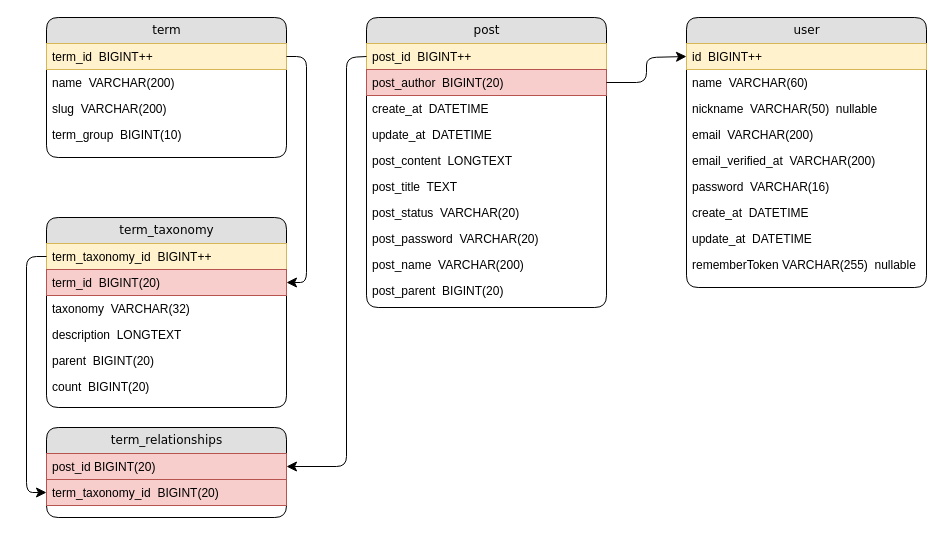
The draw.io diagram Untitled Diagram.drawio in tty128/test, before the edit. Source tidied: cells renumbered, new cells numbered last; positions are measured from the earlier drawing's top-left corner, leaving out a move shared by most shapes. Both pictures are drawn from the tidied source at 100%, with x=0, y=0 at pixel (26, 17).
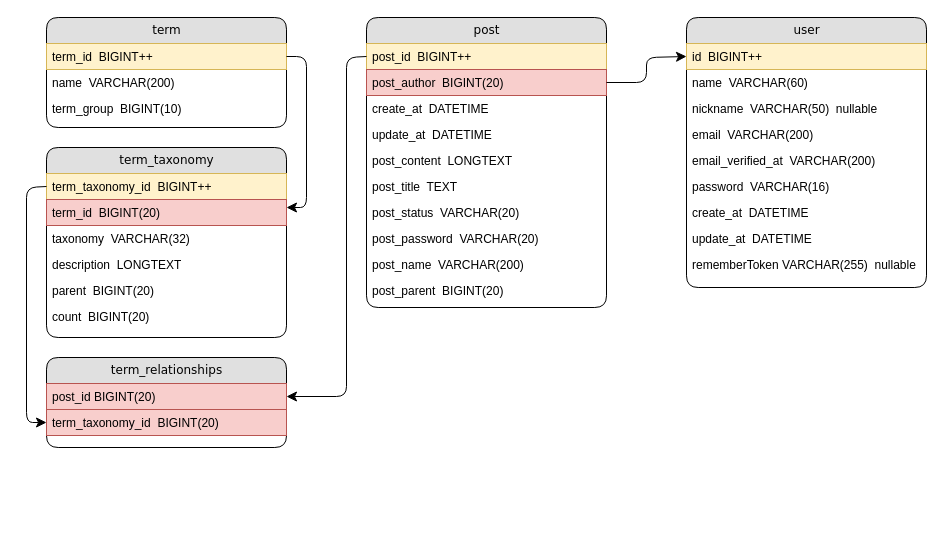
After the change.

The change refers to these unchanged cells:
```xml
<mxCell id="8" value="term_taxonomy_id&amp;nbsp; BIGINT++" style="text;html=1;strokeColor=#d6b656;fillColor=#fff2cc;spacingLeft=4;spacingRight=4;whiteSpace=wrap;overflow=hidden;points=[[0,0.5],[1,0.5]];portConstraint=eastwest;" parent="7" vertex="1">
  <mxGeometry y="26" width="240" height="26" as="geometry" />
</mxCell>
<mxCell id="15" value="post_id BIGINT(20)" style="text;html=1;strokeColor=#b85450;fillColor=#f8cecc;spacingLeft=4;spacingRight=4;whiteSpace=wrap;overflow=hidden;points=[[0,0.5],[1,0.5]];portConstraint=eastwest;" parent="14" vertex="1">
  <mxGeometry y="26" width="240" height="26" as="geometry" />
</mxCell>
<mxCell id="16" value="term_taxonomy_id&amp;nbsp; BIGINT(20)" style="text;html=1;strokeColor=#b85450;fillColor=#f8cecc;spacingLeft=4;spacingRight=4;whiteSpace=wrap;overflow=hidden;points=[[0,0.5],[1,0.5]];portConstraint=eastwest;" parent="14" vertex="1">
  <mxGeometry y="52" width="240" height="26" as="geometry" />
</mxCell>
<mxCell id="18" value="post_id&amp;nbsp; BIGINT++" style="text;html=1;strokeColor=#d6b656;fillColor=#fff2cc;spacingLeft=4;spacingRight=4;whiteSpace=wrap;overflow=hidden;points=[[0,0.5],[1,0.5]];portConstraint=eastwest;" parent="17" vertex="1">
  <mxGeometry y="26" width="240" height="26" as="geometry" />
</mxCell>
```

The edit, as a diff of the source:
```diff
@@
     <mxCell id="2" value="term" style="swimlane;html=1;fontStyle=0;horizontal=1;startSize=26;fillColor=#e0e0e0;swimlaneFillColor=#ffffff;align=center;rounded=1;shadow=0;comic=0;labelBackgroundColor=none;strokeWidth=1;fontFamily=Verdana;fontSize=12;" parent="1" vertex="1">
-      <mxGeometry x="20" width="240" height="140" as="geometry" />
+      <mxGeometry x="20" width="240" height="110" as="geometry" />
     </mxCell>
@@
-    <mxCell id="5" value="slug&amp;nbsp; VARCHAR(200)" style="text;html=1;strokeColor=none;fillColor=none;spacingLeft=4;spacingRight=4;whiteSpace=wrap;overflow=hidden;" parent="2" vertex="1">
-      <mxGeometry y="78" width="240" height="26" as="geometry" />
-    </mxCell>
     <mxCell id="6" value="term_group&amp;nbsp; BIGINT(10)" style="text;html=1;strokeColor=none;fillColor=none;spacingLeft=4;spacingRight=4;whiteSpace=wrap;overflow=hidden;" parent="2" vertex="1">
-      <mxGeometry y="104" width="240" height="26" as="geometry" />
+      <mxGeometry y="78" width="240" height="26" as="geometry" />
     </mxCell>
     <mxCell id="7" value="term_taxonomy" style="swimlane;html=1;fontStyle=0;horizontal=1;startSize=26;fillColor=#e0e0e0;swimlaneFillColor=#ffffff;align=center;rounded=1;shadow=0;comic=0;labelBackgroundColor=none;strokeWidth=1;fontFamily=Verdana;fontSize=12;" parent="1" vertex="1">
-      <mxGeometry x="20" y="200" width="240" height="190" as="geometry" />
+      <mxGeometry x="20" y="130" width="240" height="190" as="geometry" />
     </mxCell>
@@
     <mxCell id="14" value="term_relationships" style="swimlane;html=1;fontStyle=0;horizontal=1;startSize=26;fillColor=#e0e0e0;swimlaneFillColor=#ffffff;align=center;rounded=1;shadow=0;comic=0;labelBackgroundColor=none;strokeWidth=1;fontFamily=Verdana;fontSize=12;" parent="1" vertex="1">
-      <mxGeometry x="20" y="410" width="240" height="90" as="geometry" />
+      <mxGeometry x="20" y="340" width="240" height="90" as="geometry" />
     </mxCell>
@@
     <mxCell id="28" style="edgeStyle=orthogonalEdgeStyle;html=1;labelBackgroundColor=none;startFill=0;startSize=8;endFill=1;endSize=8;fontFamily=Verdana;fontSize=12;" parent="1" edge="1">
       <mxGeometry relative="1" as="geometry">
         <mxPoint x="260" y="39" as="sourcePoint" />
-        <mxPoint x="260" y="265" as="targetPoint" />
+        <mxPoint x="260" y="190" as="targetPoint" />
         <Array as="points">
           <mxPoint x="280" y="39" />
-          <mxPoint x="280" y="265" />
+          <mxPoint x="280" y="190" />
+          <mxPoint x="260" y="190" />
         </Array>
       </mxGeometry>
     </mxCell>
@@
-    <mxCell id="40" style="edgeStyle=orthogonalEdgeStyle;html=1;labelBackgroundColor=none;startFill=0;startSize=8;endFill=1;endSize=8;fontFamily=Verdana;fontSize=12;" parent="1" edge="1">
+    <mxCell id="40" style="edgeStyle=orthogonalEdgeStyle;html=1;labelBackgroundColor=none;startFill=0;startSize=8;endFill=1;endSize=8;fontFamily=Verdana;fontSize=12;exitX=0;exitY=0.5;exitDx=0;exitDy=0;entryX=0;entryY=0.5;entryDx=0;entryDy=0;" parent="1" edge="1" source="8" target="16">
       <mxGeometry relative="1" as="geometry">
-        <mxPoint x="20" y="239" as="sourcePoint" />
-        <mxPoint x="20" y="475" as="targetPoint" />
         <Array as="points">
-          <mxPoint y="239" />
-          <mxPoint y="475" />
+          <mxPoint x="20" y="170" />
+          <mxPoint y="170" />
+          <mxPoint y="405" />
         </Array>
       </mxGeometry>
     </mxCell>
     <mxCell id="41" style="edgeStyle=orthogonalEdgeStyle;html=1;labelBackgroundColor=none;startFill=0;startSize=8;endFill=1;endSize=8;fontFamily=Verdana;fontSize=12;exitX=0;exitY=0.5;exitDx=0;exitDy=0;entryX=1;entryY=0.5;entryDx=0;entryDy=0;" parent="1" edge="1" source="18" target="15">
       <mxGeometry relative="1" as="geometry">
         <Array as="points">
           <mxPoint x="340" y="40" />
           <mxPoint x="320" y="40" />
-          <mxPoint x="320" y="449" />
+          <mxPoint x="320" y="379" />
         </Array>
       </mxGeometry>
     </mxCell>
```
